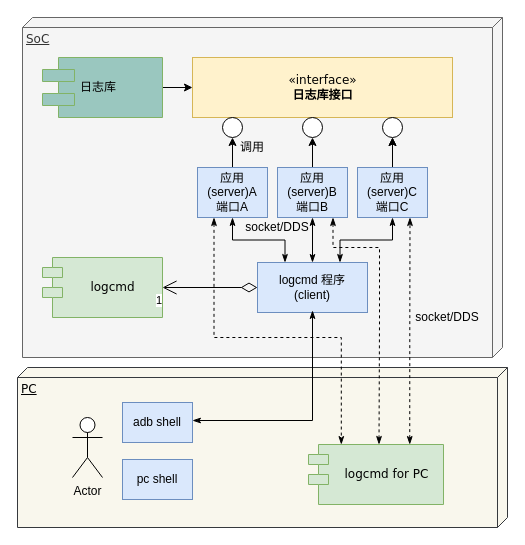
luzizheng/diagrams keeps this draw.io diagram as Untitled Diagram.drawio. Above is the earlier version. Source tidied: cells renumbered, new cells numbered last; positions are measured from the earlier drawing's top-left corner, leaving out a move shared by most shapes. Both pictures are drawn from the tidied source at 100%, with x=0, y=0 at pixel (17, 17).
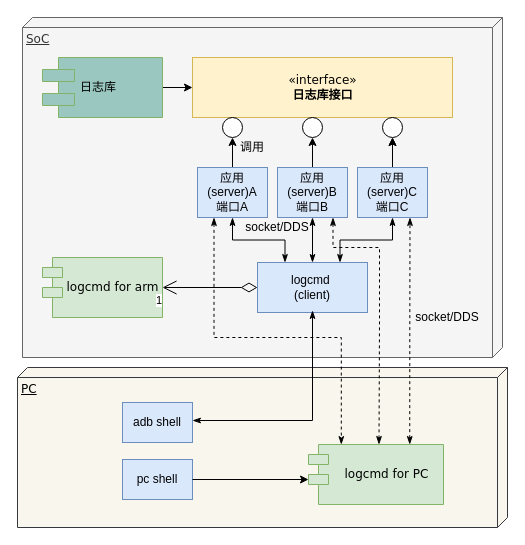
The same page after the edit.

Unchanged cells that the change refers to:
```xml
<mxCell id="31" value="pc shell" style="html=1;whiteSpace=wrap;fillColor=#dae8fc;strokeColor=#6c8ebf;" parent="1" vertex="1">
  <mxGeometry x="105" y="442" width="70" height="40" as="geometry" />
</mxCell>
<mxCell id="33" value="logcmd for PC" style="shape=module;align=left;spacingLeft=20;align=center;verticalAlign=middle;html=1;fontFamily=Verdana;fillColor=#d5e8d4;strokeColor=#82b366;" parent="1" vertex="1">
  <mxGeometry x="291" y="427" width="135" height="60" as="geometry" />
</mxCell>
```

The edit, as a diff of the source:
```diff
@@
-    <mxCell id="14" value="logcmd" style="shape=module;align=left;spacingLeft=20;align=center;verticalAlign=middle;html=1;fontFamily=Verdana;fillColor=#d5e8d4;strokeColor=#82b366;" parent="1" vertex="1">
+    <mxCell id="14" value="logcmd for arm" style="shape=module;align=left;spacingLeft=20;align=center;verticalAlign=middle;html=1;fontFamily=Verdana;fillColor=#d5e8d4;strokeColor=#82b366;" parent="1" vertex="1">
       <mxGeometry x="25" y="240" width="120" height="60" as="geometry" />
     </mxCell>
@@
-    <mxCell id="25" value="logcmd 程序&lt;div&gt;(client)&lt;/div&gt;" style="html=1;whiteSpace=wrap;fillColor=#dae8fc;strokeColor=#6c8ebf;" parent="1" vertex="1">
+    <mxCell id="25" value="logcmd&amp;nbsp;&lt;div&gt;(client)&lt;/div&gt;" style="html=1;whiteSpace=wrap;fillColor=#dae8fc;strokeColor=#6c8ebf;" parent="1" vertex="1">
       <mxGeometry x="240" y="245" width="110" height="50" as="geometry" />
     </mxCell>
@@
-    <mxCell id="28" value="Actor" style="shape=umlActor;verticalLabelPosition=bottom;verticalAlign=top;html=1;" parent="1" vertex="1">
-      <mxGeometry x="55" y="400" width="30" height="60" as="geometry" />
-    </mxCell>
@@
+    <mxCell id="36" style="edgeStyle=orthogonalEdgeStyle;rounded=0;jettySize=auto;html=1;exitX=1;exitY=0.5;exitDx=0;exitDy=0;entryX=0;entryY=0;entryDx=0;entryDy=35;entryPerimeter=0;" parent="1" edge="1" source="31" target="33">
+      <mxGeometry relative="1" as="geometry" />
+    </mxCell>
```
